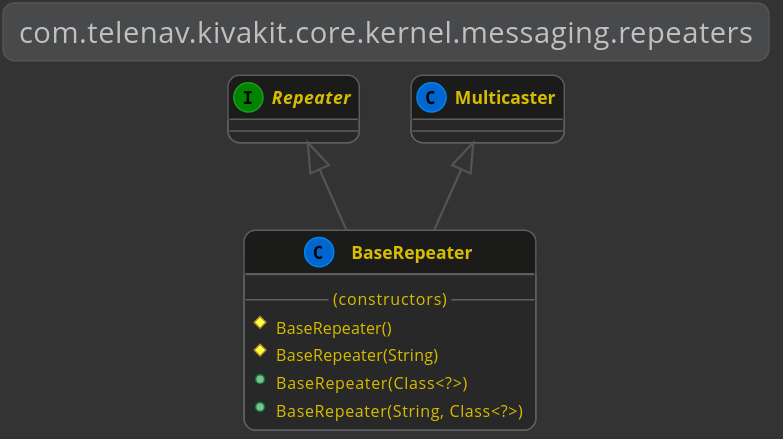
The PlantUML diagram kivakit-core/kernel/documentation/diagrams/com.telenav.kivakit.core.kernel.messaging.repeaters.svg in Telenav/kivakit, before a commit.
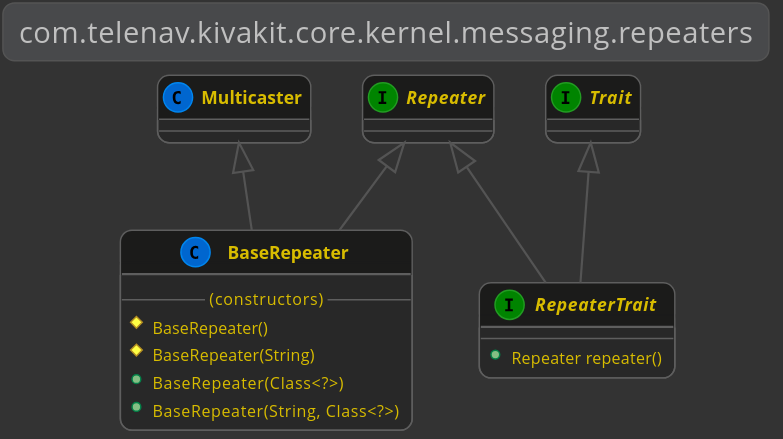
Later version of the same file.

What changed in the source:
```diff
@@ -17,4 +17,14 @@
         +BaseRepeater(String, Class<?>)
     }
 
+    interface Repeater
+    interface Trait
+    Trait <|-- RepeaterTrait
+    Repeater <|-- RepeaterTrait
+    interface RepeaterTrait
+    {
+        --
+        +Repeater repeater()
+    }
+
 @enduml
```
